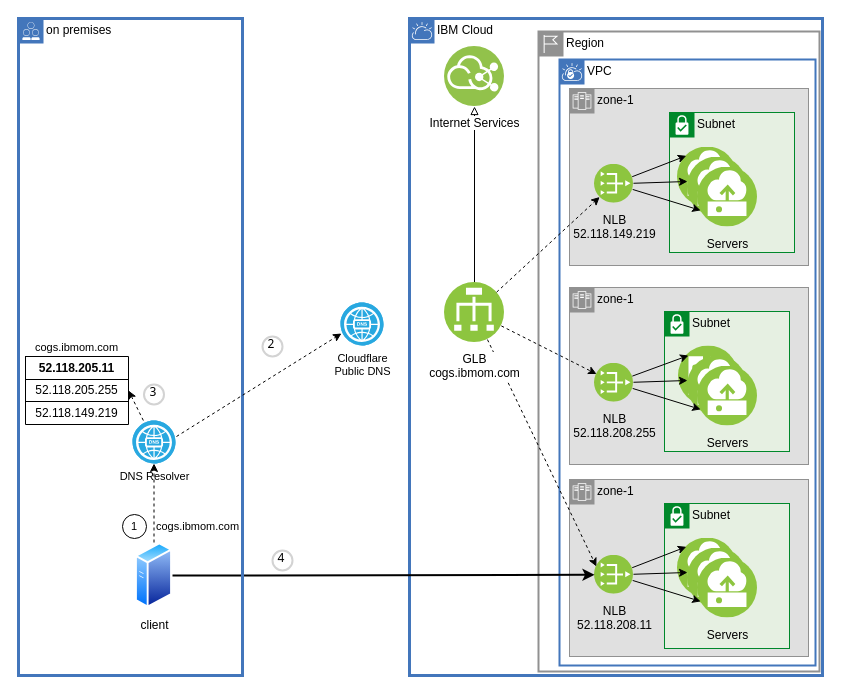
The draw.io diagram page "dns" (3 of 5) of diagrams/vpc-cisglb-nlb.drawio in IBM-Cloud/vpc-cisglb-nlb, before the edit. Source tidied: cells renumbered, new cells numbered last; positions are measured from the earlier drawing's top-left corner, leaving out a move shared by most shapes. Both pictures are drawn from the tidied source at 100%, with x=0, y=0 at pixel (18, 18).
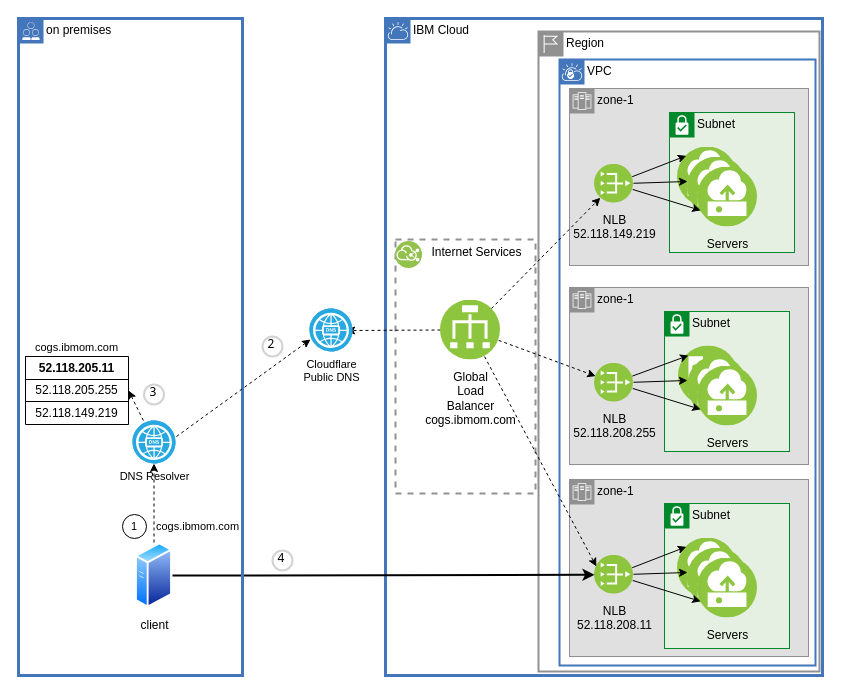
The same diagram, later.

What changed in the source:
```diff
@@
+    <mxCell id="60" style="fontStyle=0;verticalAlign=top;align=center;spacingTop=-2;fillColor=none;rounded=0;whiteSpace=wrap;html=1;strokeColor=#919191;strokeWidth=2;dashed=1;fontColor=#000000;" parent="1" vertex="1">
+      <mxGeometry x="377" y="221" width="140" height="254" as="geometry" />
+    </mxCell>
+    <mxCell id="61" style="perimeter=ellipsePerimeter;html=1;align=center;shadow=0;dashed=0;fontColor=#000000;labelBackgroundColor=#ffffff;fontSize=12;spacingTop=3;image;image=img/lib/ibm/vpc/InternetServices2.svg;" parent="60" vertex="1">
+      <mxGeometry y="2" width="27" height="27" as="geometry" />
+    </mxCell>
+    <mxCell id="35" value="Internet Services" style="text;html=1;align=center;verticalAlign=middle;points=[];strokeColor=none;fillColor=none;fontColor=#000000;" parent="60" vertex="1">
+      <mxGeometry x="27" width="108" height="26" as="geometry" />
+    </mxCell>
+    <mxCell id="3" value="IBM Cloud" style="shape=mxgraph.ibm.box;prType=cloud;fontStyle=0;verticalAlign=top;align=left;spacingLeft=32;spacingTop=4;fillColor=none;rounded=0;whiteSpace=wrap;html=1;strokeColor=#4376BB;strokeWidth=3;dashed=0;spacing=-4;fontColor=#000000;" parent="1" vertex="1">
+      <mxGeometry x="367" width="437" height="657" as="geometry" />
+    </mxCell>
+    <mxCell id="62" style="edgeStyle=none;shape=connector;rounded=0;jettySize=auto;html=1;entryX=0.86;entryY=0.512;entryDx=0;entryDy=0;entryPerimeter=0;dashed=1;labelBackgroundColor=default;strokeColor=default;fontFamily=Helvetica;fontSize=11;fontColor=#000000;endArrow=classic;" parent="1" edge="1" source="34" target="56">
+      <mxGeometry relative="1" as="geometry" />
+    </mxCell>
+    <mxCell id="34" value="Global&lt;br&gt;Load&lt;br&gt;Balancer&lt;br&gt;cogs.ibmom.com" style="perimeter=ellipsePerimeter;html=1;align=center;shadow=0;dashed=0;fontColor=#000000;labelBackgroundColor=#ffffff;fontSize=12;spacingTop=3;image;image=img/lib/ibm/vpc/LoadBalancer.svg;fontFamily=Helvetica;" parent="1" vertex="1">
+      <mxGeometry x="422" y="281.5" width="60" height="60" as="geometry" />
+    </mxCell>
@@
-    <mxCell id="3" value="IBM Cloud" style="shape=mxgraph.ibm.box;prType=cloud;fontStyle=0;verticalAlign=top;align=left;spacingLeft=32;spacingTop=4;fillColor=none;rounded=0;whiteSpace=wrap;html=1;strokeColor=#4376BB;strokeWidth=3;dashed=0;spacing=-4;fontColor=#000000;" parent="1" vertex="1">
-      <mxGeometry x="391" width="413" height="657" as="geometry" />
-    </mxCell>
@@
-    <mxCell id="33" style="edgeStyle=orthogonalEdgeStyle;rounded=0;jettySize=auto;html=1;fontColor=#000000;endArrow=block;endFill=0;" parent="1" edge="1" source="34" target="35">
-      <mxGeometry relative="1" as="geometry" />
-    </mxCell>
-    <mxCell id="34" value="GLB&lt;br&gt;cogs.ibmom.com" style="perimeter=ellipsePerimeter;html=1;align=center;shadow=0;dashed=0;fontColor=#000000;labelBackgroundColor=#ffffff;fontSize=12;spacingTop=3;image;image=img/lib/ibm/vpc/LoadBalancer.svg;fontFamily=Helvetica;" parent="1" vertex="1">
-      <mxGeometry x="426" y="264" width="60" height="60" as="geometry" />
-    </mxCell>
-    <mxCell id="35" value="Internet Services" style="perimeter=ellipsePerimeter;html=1;align=center;shadow=0;dashed=0;fontColor=#000000;labelBackgroundColor=#ffffff;fontSize=12;spacingTop=3;image;image=img/lib/ibm/vpc/InternetServices2.svg;" parent="1" vertex="1">
-      <mxGeometry x="426" y="28" width="60" height="60" as="geometry" />
-    </mxCell>
@@
     <mxCell id="56" value="Cloudflare&lt;br&gt;Public DNS" style="fillColor=#28A8E0;verticalLabelPosition=bottom;sketch=0;html=1;strokeColor=#ffffff;verticalAlign=top;align=center;points=[[0.145,0.145,0],[0.5,0,0],[0.855,0.145,0],[1,0.5,0],[0.855,0.855,0],[0.5,1,0],[0.145,0.855,0],[0,0.5,0]];shape=mxgraph.cisco_safe.compositeIcon;bgIcon=ellipse;resIcon=mxgraph.cisco_safe.capability.dns;fontFamily=Helvetica;fontSize=11;fontColor=#000000;" parent="39" vertex="1">
-      <mxGeometry x="322" y="284" width="43" height="43" as="geometry" />
+      <mxGeometry x="291" y="290" width="43" height="43" as="geometry" />
     </mxCell>
```
